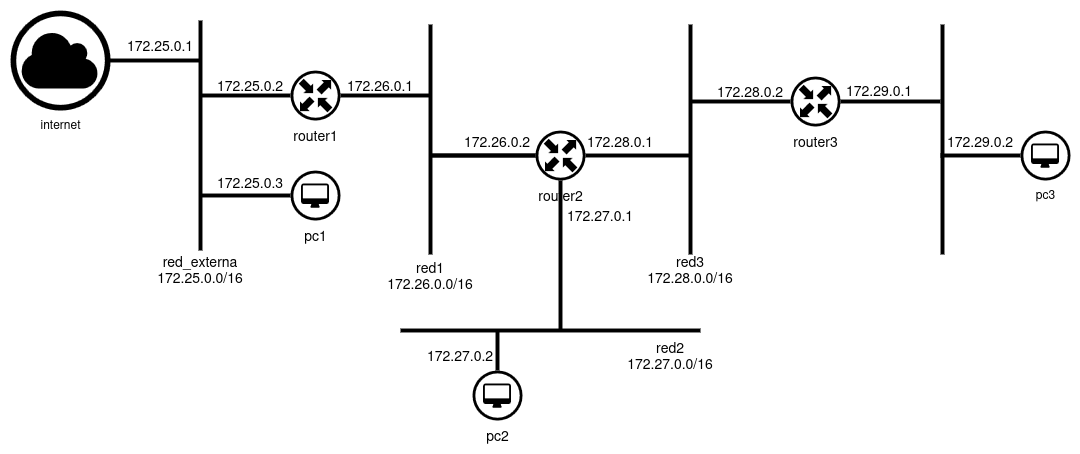
This is img/docker_routing.png from josedom24/docker_routing, a draw.io export, as it was before one commit. Source tidied: cells renumbered, new cells last; positions are measured from the earlier drawing's top-left corner, leaving out a move shared by most shapes.
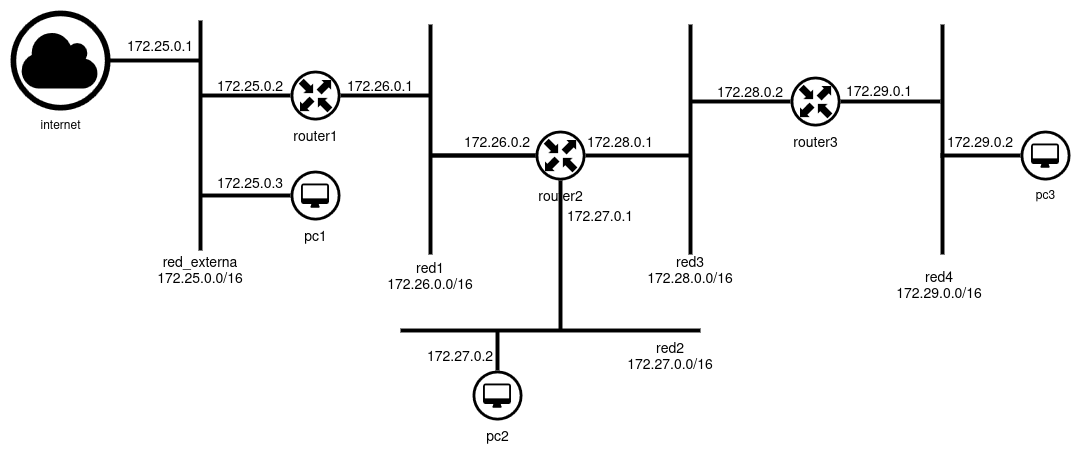
After the change.

Commit message:
docker routing

Diff of the diagram source:
```diff
@@ -160,5 +160,8 @@
     <mxCell id="40" value="&lt;div&gt;&lt;font style=&quot;font-size: 14px;&quot;&gt;172.29.0.2&lt;/font&gt;&lt;/div&gt;" style="text;strokeColor=none;align=center;fillColor=none;html=1;verticalAlign=middle;whiteSpace=wrap;rounded=0;" parent="1" vertex="1">
       <mxGeometry x="940" y="116" width="60" height="30" as="geometry" />
     </mxCell>
+    <mxCell id="41" value="&lt;div align=&quot;center&quot;&gt;&lt;font style=&quot;font-size: 14px;&quot;&gt;red4&lt;/font&gt;&lt;/div&gt;&lt;div align=&quot;center&quot;&gt;&lt;font style=&quot;font-size: 14px;&quot;&gt;172.29.0.0/16&lt;/font&gt;&lt;/div&gt;" style="text;strokeColor=none;align=center;fillColor=none;html=1;verticalAlign=middle;whiteSpace=wrap;rounded=0;" parent="1" vertex="1">
+      <mxGeometry x="899" y="259" width="60" height="30" as="geometry" />
+    </mxCell>
   </root>
 </mxGraphModel>
```
